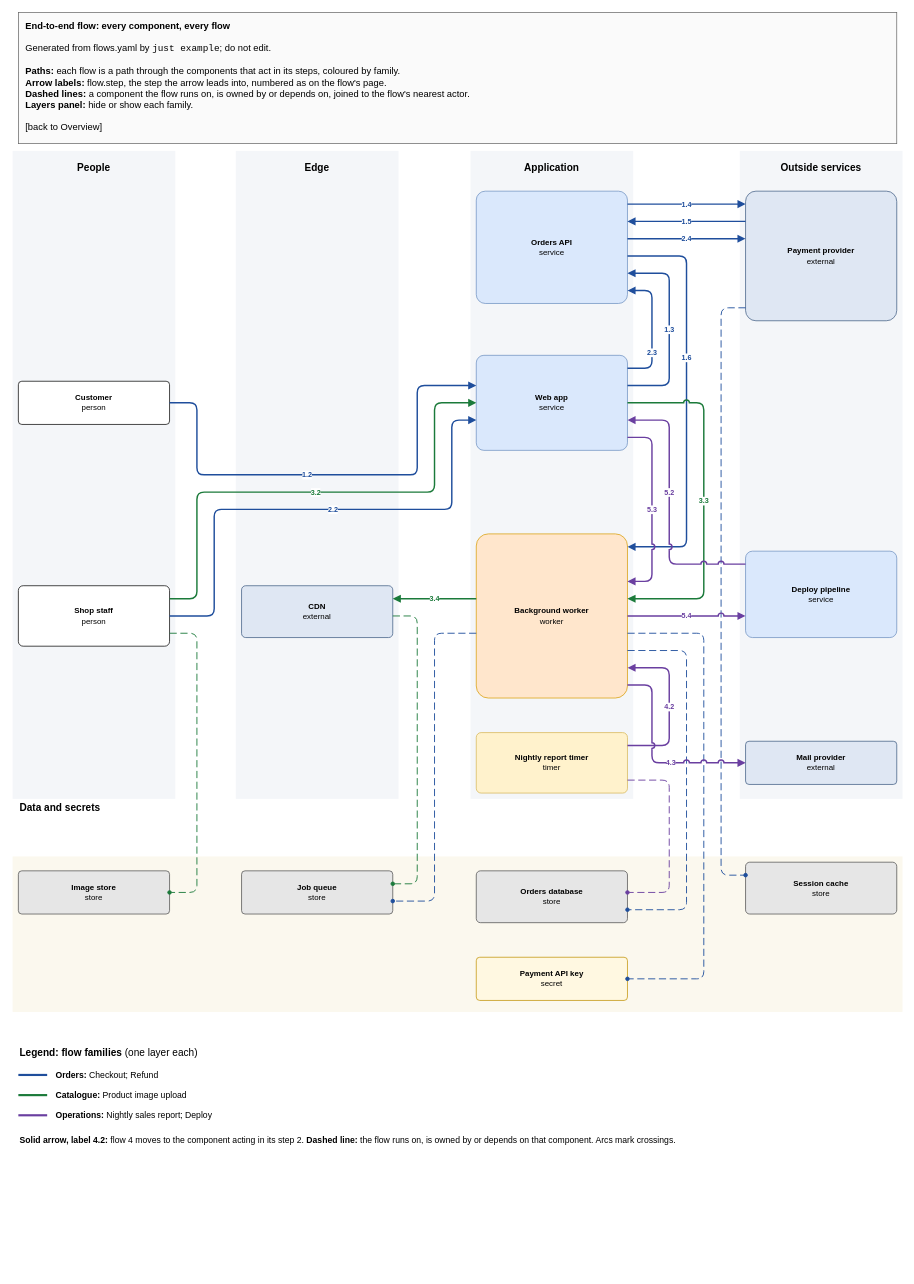
amalikn/skills_stuff keeps this draw.io diagram as page "End-to-end flow" (2 of 7) of specialists/platform/skill-drawio/examples/shop/drawio/flows.drawio. Above is the earlier version. Source tidied: cells renumbered, new cells numbered last; positions are measured from the earlier drawing's top-left corner, leaving out a move shared by most shapes. Both pictures are drawn from the tidied source at 72%, with x=0, y=0 at pixel (12, 12).
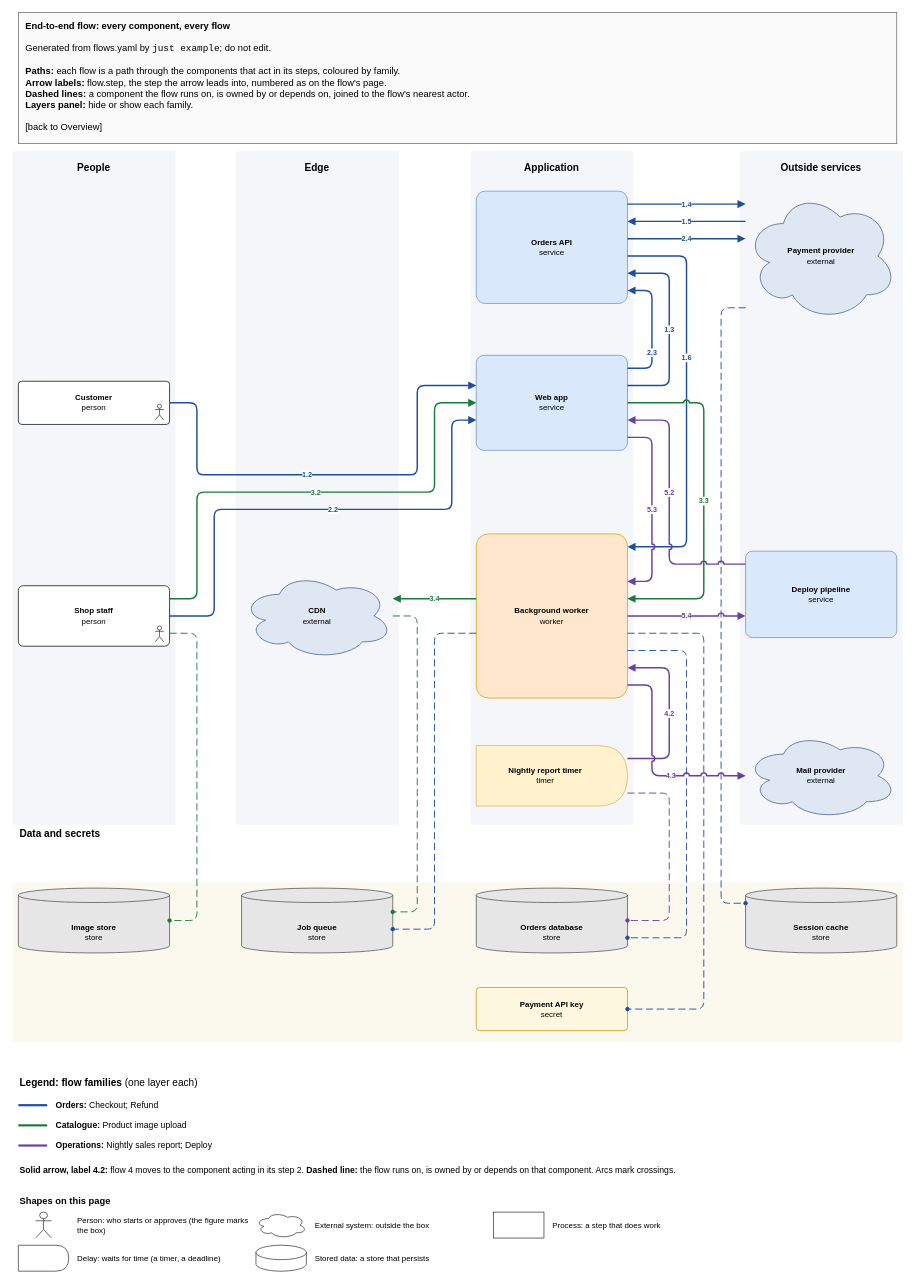
After the change.

Unchanged cells that the change refers to:
```xml
<mxCell id="17" value="&lt;b&gt;Shop staff&lt;/b&gt;&lt;br&gt;person" style="rounded=1;whiteSpace=wrap;html=1;fillColor=#ffffff;strokeColor=#000000;fontSize=11;arcSize=8;fontSize=11;verticalAlign=middle;spacingLeft=6;spacingRight=6;" parent="1" vertex="1">
  <mxGeometry x="8" y="796" width="210" height="84" as="geometry" />
</mxCell>
<mxCell id="21" value="&lt;b&gt;Background worker&lt;/b&gt;&lt;br&gt;worker" style="rounded=1;whiteSpace=wrap;html=1;fillColor=#ffe6cc;strokeColor=#d79b00;fontSize=11;arcSize=8;fontSize=11;verticalAlign=middle;spacingLeft=6;spacingRight=6;" parent="1" vertex="1">
  <mxGeometry x="644" y="724" width="210" height="228" as="geometry" />
</mxCell>
```

What changed in the source:
```diff
@@
     <mxCell id="6" style="rounded=0;html=1;fillColor=#f4f6f9;strokeColor=none;" parent="1" vertex="1">
-      <mxGeometry y="192" width="226" height="900" as="geometry" />
+      <mxGeometry y="192" width="226" height="936" as="geometry" />
     </mxCell>
@@
     <mxCell id="8" style="rounded=0;html=1;fillColor=#f4f6f9;strokeColor=none;" parent="1" vertex="1">
-      <mxGeometry x="310" y="192" width="226" height="900" as="geometry" />
+      <mxGeometry x="310" y="192" width="226" height="936" as="geometry" />
     </mxCell>
@@
     <mxCell id="10" style="rounded=0;html=1;fillColor=#f4f6f9;strokeColor=none;" parent="1" vertex="1">
-      <mxGeometry x="636" y="192" width="226" height="900" as="geometry" />
+      <mxGeometry x="636" y="192" width="226" height="936" as="geometry" />
     </mxCell>
@@
     <mxCell id="12" style="rounded=0;html=1;fillColor=#f4f6f9;strokeColor=none;" parent="1" vertex="1">
-      <mxGeometry x="1010" y="192" width="226" height="900" as="geometry" />
+      <mxGeometry x="1010" y="192" width="226" height="936" as="geometry" />
     </mxCell>
@@
     <mxCell id="14" style="rounded=0;html=1;fillColor=#fbf8ee;strokeColor=none;" parent="1" vertex="1">
-      <mxGeometry y="1172" width="1236" height="216" as="geometry" />
+      <mxGeometry y="1208" width="1236" height="222" as="geometry" />
     </mxCell>
     <mxCell id="15" value="&lt;b&gt;Data and secrets&lt;/b&gt;" style="text;html=1;align=left;verticalAlign=middle;fontSize=14;" parent="1" vertex="1">
-      <mxGeometry x="8" y="1090" width="210" height="30" as="geometry" />
+      <mxGeometry x="8" y="1126" width="210" height="30" as="geometry" />
     </mxCell>
@@
+    <mxCell id="78" style="shape=umlActor;verticalLabelPosition=bottom;verticalAlign=top;fillColor=#ffffff;strokeColor=#333333;" parent="1" vertex="1">
+      <mxGeometry x="198" y="544" width="12" height="22" as="geometry" />
+    </mxCell>
@@
+    <mxCell id="79" style="shape=umlActor;verticalLabelPosition=bottom;verticalAlign=top;fillColor=#ffffff;strokeColor=#333333;" parent="1" vertex="1">
+      <mxGeometry x="198" y="852" width="12" height="22" as="geometry" />
+    </mxCell>
-    <mxCell id="18" value="&lt;b&gt;CDN&lt;/b&gt;&lt;br&gt;external" style="rounded=1;whiteSpace=wrap;html=1;fillColor=#dfe7f3;strokeColor=#3d5a80;fontSize=11;arcSize=8;fontSize=11;verticalAlign=middle;spacingLeft=6;spacingRight=6;" parent="1" vertex="1">
-      <mxGeometry x="318" y="796" width="210" height="72" as="geometry" />
+    <mxCell id="18" value="&lt;b&gt;CDN&lt;/b&gt;&lt;br&gt;external" style="rounded=1;whiteSpace=wrap;html=1;fillColor=#dfe7f3;strokeColor=#3d5a80;fontSize=11;arcSize=8;fontSize=11;verticalAlign=middle;spacingLeft=6;spacingRight=6;ellipse;shape=cloud;spacingLeft=16;spacingRight=16;spacingTop=10;align=center;verticalAlign=middle;spacingLeft=34;spacingRight=34;spacingTop=10;spacingBottom=10;" parent="1" vertex="1">
+      <mxGeometry x="318" y="778" width="210" height="120" as="geometry" />
     </mxCell>
@@
-    <mxCell id="22" value="&lt;b&gt;Nightly report timer&lt;/b&gt;&lt;br&gt;timer" style="rounded=1;whiteSpace=wrap;html=1;fillColor=#fff2cc;strokeColor=#d6b656;fontSize=11;arcSize=8;fontSize=11;verticalAlign=middle;spacingLeft=6;spacingRight=6;" parent="1" vertex="1">
-      <mxGeometry x="644" y="1000" width="210" height="84" as="geometry" />
+    <mxCell id="22" value="&lt;b&gt;Nightly report timer&lt;/b&gt;&lt;br&gt;timer" style="rounded=1;whiteSpace=wrap;html=1;fillColor=#fff2cc;strokeColor=#d6b656;fontSize=11;arcSize=8;fontSize=11;verticalAlign=middle;spacingLeft=6;spacingRight=6;shape=delay;spacingRight=24;" parent="1" vertex="1">
+      <mxGeometry x="644" y="1018" width="210" height="84" as="geometry" />
     </mxCell>
-    <mxCell id="23" value="&lt;b&gt;Orders database&lt;/b&gt;&lt;br&gt;store" style="rounded=1;whiteSpace=wrap;html=1;fillColor=#e6e6e6;strokeColor=#4d4d4d;fontSize=11;arcSize=8;fontSize=11;verticalAlign=middle;spacingLeft=6;spacingRight=6;" parent="1" vertex="1">
-      <mxGeometry x="644" y="1192" width="210" height="72" as="geometry" />
+    <mxCell id="23" value="&lt;b&gt;Orders database&lt;/b&gt;&lt;br&gt;store" style="rounded=1;whiteSpace=wrap;html=1;fillColor=#e6e6e6;strokeColor=#4d4d4d;fontSize=11;arcSize=8;fontSize=11;verticalAlign=middle;spacingLeft=6;spacingRight=6;shape=cylinder3;boundedLbl=1;backgroundOutline=1;size=10;verticalAlign=middle;spacingTop=16;spacingBottom=2;" parent="1" vertex="1">
+      <mxGeometry x="644" y="1216" width="210" height="90" as="geometry" />
     </mxCell>
-    <mxCell id="24" value="&lt;b&gt;Job queue&lt;/b&gt;&lt;br&gt;store" style="rounded=1;whiteSpace=wrap;html=1;fillColor=#e6e6e6;strokeColor=#4d4d4d;fontSize=11;arcSize=8;fontSize=11;verticalAlign=middle;spacingLeft=6;spacingRight=6;" parent="1" vertex="1">
-      <mxGeometry x="318" y="1192" width="210" height="60" as="geometry" />
+    <mxCell id="24" value="&lt;b&gt;Job queue&lt;/b&gt;&lt;br&gt;store" style="rounded=1;whiteSpace=wrap;html=1;fillColor=#e6e6e6;strokeColor=#4d4d4d;fontSize=11;arcSize=8;fontSize=11;verticalAlign=middle;spacingLeft=6;spacingRight=6;shape=cylinder3;boundedLbl=1;backgroundOutline=1;size=10;verticalAlign=middle;spacingTop=16;spacingBottom=2;" parent="1" vertex="1">
+      <mxGeometry x="318" y="1216" width="210" height="90" as="geometry" />
     </mxCell>
-    <mxCell id="25" value="&lt;b&gt;Session cache&lt;/b&gt;&lt;br&gt;store" style="rounded=1;whiteSpace=wrap;html=1;fillColor=#e6e6e6;strokeColor=#4d4d4d;fontSize=11;arcSize=8;fontSize=11;verticalAlign=middle;spacingLeft=6;spacingRight=6;" parent="1" vertex="1">
-      <mxGeometry x="1018" y="1180" width="210" height="72" as="geometry" />
+    <mxCell id="25" value="&lt;b&gt;Session cache&lt;/b&gt;&lt;br&gt;store" style="rounded=1;whiteSpace=wrap;html=1;fillColor=#e6e6e6;strokeColor=#4d4d4d;fontSize=11;arcSize=8;fontSize=11;verticalAlign=middle;spacingLeft=6;spacingRight=6;shape=cylinder3;boundedLbl=1;backgroundOutline=1;size=10;verticalAlign=middle;spacingTop=16;spacingBottom=2;" parent="1" vertex="1">
+      <mxGeometry x="1018" y="1216" width="210" height="90" as="geometry" />
     </mxCell>
-    <mxCell id="26" value="&lt;b&gt;Image store&lt;/b&gt;&lt;br&gt;store" style="rounded=1;whiteSpace=wrap;html=1;fillColor=#e6e6e6;strokeColor=#4d4d4d;fontSize=11;arcSize=8;fontSize=11;verticalAlign=middle;spacingLeft=6;spacingRight=6;" parent="1" vertex="1">
-      <mxGeometry x="8" y="1192" width="210" height="60" as="geometry" />
+    <mxCell id="26" value="&lt;b&gt;Image store&lt;/b&gt;&lt;br&gt;store" style="rounded=1;whiteSpace=wrap;html=1;fillColor=#e6e6e6;strokeColor=#4d4d4d;fontSize=11;arcSize=8;fontSize=11;verticalAlign=middle;spacingLeft=6;spacingRight=6;shape=cylinder3;boundedLbl=1;backgroundOutline=1;size=10;verticalAlign=middle;spacingTop=16;spacingBottom=2;" parent="1" vertex="1">
+      <mxGeometry x="8" y="1216" width="210" height="90" as="geometry" />
     </mxCell>
     <mxCell id="27" value="&lt;b&gt;Payment API key&lt;/b&gt;&lt;br&gt;secret" style="rounded=1;whiteSpace=wrap;html=1;fillColor=#fff8e1;strokeColor=#bf9000;fontSize=11;arcSize=8;fontSize=11;verticalAlign=middle;spacingLeft=6;spacingRight=6;" parent="1" vertex="1">
-      <mxGeometry x="644" y="1312" width="210" height="60" as="geometry" />
+      <mxGeometry x="644" y="1354" width="210" height="60" as="geometry" />
     </mxCell>
-    <mxCell id="28" value="&lt;b&gt;Payment provider&lt;/b&gt;&lt;br&gt;external" style="rounded=1;whiteSpace=wrap;html=1;fillColor=#dfe7f3;strokeColor=#3d5a80;fontSize=11;arcSize=8;fontSize=11;verticalAlign=middle;spacingLeft=6;spacingRight=6;" parent="1" vertex="1">
+    <mxCell id="28" value="&lt;b&gt;Payment provider&lt;/b&gt;&lt;br&gt;external" style="rounded=1;whiteSpace=wrap;html=1;fillColor=#dfe7f3;strokeColor=#3d5a80;fontSize=11;arcSize=8;fontSize=11;verticalAlign=middle;spacingLeft=6;spacingRight=6;ellipse;shape=cloud;spacingLeft=16;spacingRight=16;spacingTop=10;align=center;verticalAlign=middle;spacingLeft=34;spacingRight=34;spacingTop=10;spacingBottom=10;" parent="1" vertex="1">
       <mxGeometry x="1018" y="248" width="210" height="180" as="geometry" />
     </mxCell>
-    <mxCell id="29" value="&lt;b&gt;Mail provider&lt;/b&gt;&lt;br&gt;external" style="rounded=1;whiteSpace=wrap;html=1;fillColor=#dfe7f3;strokeColor=#3d5a80;fontSize=11;arcSize=8;fontSize=11;verticalAlign=middle;spacingLeft=6;spacingRight=6;" parent="1" vertex="1">
-      <mxGeometry x="1018" y="1012" width="210" height="60" as="geometry" />
+    <mxCell id="29" value="&lt;b&gt;Mail provider&lt;/b&gt;&lt;br&gt;external" style="rounded=1;whiteSpace=wrap;html=1;fillColor=#dfe7f3;strokeColor=#3d5a80;fontSize=11;arcSize=8;fontSize=11;verticalAlign=middle;spacingLeft=6;spacingRight=6;ellipse;shape=cloud;spacingLeft=16;spacingRight=16;spacingTop=10;align=center;verticalAlign=middle;spacingLeft=34;spacingRight=34;spacingTop=10;spacingBottom=10;" parent="1" vertex="1">
+      <mxGeometry x="1018" y="1000" width="210" height="120" as="geometry" />
     </mxCell>
@@
     <mxCell id="31" style="edgeStyle=none;rounded=1;html=1;strokeColor=#1f4e9c;strokeWidth=1.25;dashed=1;dashPattern=8 4;endArrow=oval;endFill=1;endSize=5;exitX=1;exitY=0.6053;entryX=1;entryY=0.5;exitPerimeter=0;entryPerimeter=0;" parent="2" edge="1" source="21" target="27">
       <mxGeometry relative="1" as="geometry">
         <Array as="points">
           <mxPoint x="960" y="862" />
-          <mxPoint x="960" y="1342" />
+          <mxPoint x="960" y="1384" />
         </Array>
       </mxGeometry>
     </mxCell>
-    <mxCell id="32" style="edgeStyle=none;rounded=1;html=1;strokeColor=#1f4e9c;strokeWidth=1.25;dashed=1;dashPattern=8 4;endArrow=oval;endFill=1;endSize=5;exitX=1;exitY=0.7105;entryX=1;entryY=0.75;exitPerimeter=0;entryPerimeter=0;" parent="2" edge="1" source="21" target="23">
+    <mxCell id="32" style="edgeStyle=none;rounded=1;html=1;strokeColor=#1f4e9c;strokeWidth=1.25;dashed=1;dashPattern=8 4;endArrow=oval;endFill=1;endSize=5;exitX=1;exitY=0.7105;entryX=1;entryY=0.7667;exitPerimeter=0;entryPerimeter=0;" parent="2" edge="1" source="21" target="23">
       <mxGeometry relative="1" as="geometry">
         <Array as="points">
           <mxPoint x="936" y="886" />
-          <mxPoint x="936" y="1246" />
+          <mxPoint x="936" y="1285" />
         </Array>
       </mxGeometry>
     </mxCell>
-    <mxCell id="33" style="edgeStyle=none;rounded=1;html=1;strokeColor=#1f4e9c;strokeWidth=1.25;dashed=1;dashPattern=8 4;endArrow=oval;endFill=1;endSize=5;exitX=0;exitY=0.6053;entryX=1;entryY=0.7;exitPerimeter=0;entryPerimeter=0;" parent="2" edge="1" source="21" target="24">
+    <mxCell id="33" style="edgeStyle=none;rounded=1;html=1;strokeColor=#1f4e9c;strokeWidth=1.25;dashed=1;dashPattern=8 4;endArrow=oval;endFill=1;endSize=5;exitX=0;exitY=0.6053;entryX=1;entryY=0.6333;exitPerimeter=0;entryPerimeter=0;" parent="2" edge="1" source="21" target="24">
       <mxGeometry relative="1" as="geometry">
         <Array as="points">
           <mxPoint x="586" y="862" />
-          <mxPoint x="586" y="1234" />
+          <mxPoint x="586" y="1273" />
         </Array>
       </mxGeometry>
     </mxCell>
-    <mxCell id="34" style="edgeStyle=none;rounded=1;html=1;strokeColor=#1f4e9c;strokeWidth=1.25;dashed=1;dashPattern=8 4;endArrow=oval;endFill=1;endSize=5;exitX=0;exitY=0.9;entryX=0;entryY=0.25;exitPerimeter=0;entryPerimeter=0;" parent="2" edge="1" source="28" target="25">
+    <mxCell id="34" style="edgeStyle=none;rounded=1;html=1;strokeColor=#1f4e9c;strokeWidth=1.25;dashed=1;dashPattern=8 4;endArrow=oval;endFill=1;endSize=5;exitX=0;exitY=0.9;entryX=0;entryY=0.2333;exitPerimeter=0;entryPerimeter=0;" parent="2" edge="1" source="28" target="25">
       <mxGeometry relative="1" as="geometry">
         <Array as="points">
           <mxPoint x="984" y="410" />
-          <mxPoint x="984" y="1198" />
+          <mxPoint x="984" y="1237" />
         </Array>
       </mxGeometry>
     </mxCell>
@@
     <mxCell id="43" style="edgeStyle=none;rounded=1;html=1;strokeColor=#1b7a3a;strokeWidth=1.25;dashed=1;dashPattern=8 4;endArrow=oval;endFill=1;endSize=5;exitX=1;exitY=0.7857;entryX=1;entryY=0.5;exitPerimeter=0;entryPerimeter=0;" parent="3" edge="1" source="17" target="26">
       <mxGeometry relative="1" as="geometry">
         <Array as="points">
           <mxPoint x="256" y="862" />
-          <mxPoint x="256" y="1222" />
+          <mxPoint x="256" y="1261" />
         </Array>
       </mxGeometry>
     </mxCell>
-    <mxCell id="44" style="edgeStyle=none;rounded=1;html=1;strokeColor=#1b7a3a;strokeWidth=1.25;dashed=1;dashPattern=8 4;endArrow=oval;endFill=1;endSize=5;exitX=1;exitY=0.5833;entryX=1;entryY=0.3;exitPerimeter=0;entryPerimeter=0;" parent="3" edge="1" source="18" target="24">
+    <mxCell id="44" style="edgeStyle=none;rounded=1;html=1;strokeColor=#1b7a3a;strokeWidth=1.25;dashed=1;dashPattern=8 4;endArrow=oval;endFill=1;endSize=5;exitX=1;exitY=0.5;entryX=1;entryY=0.3667;exitPerimeter=0;entryPerimeter=0;" parent="3" edge="1" source="18" target="24">
       <mxGeometry relative="1" as="geometry">
         <Array as="points">
           <mxPoint x="562" y="838" />
-          <mxPoint x="562" y="1210" />
+          <mxPoint x="562" y="1249" />
         </Array>
       </mxGeometry>
     </mxCell>
@@
-    <mxCell id="47" style="edgeStyle=none;rounded=1;html=1;strokeColor=#1b7a3a;strokeWidth=2;endArrow=block;endFill=1;endSize=6;jumpStyle=arc;jumpSize=6;exitX=0;exitY=0.3947;entryX=1;entryY=0.25;exitPerimeter=0;entryPerimeter=0;" parent="3" edge="1" source="21" target="18">
+    <mxCell id="47" style="edgeStyle=none;rounded=1;html=1;strokeColor=#1b7a3a;strokeWidth=2;endArrow=block;endFill=1;endSize=6;jumpStyle=arc;jumpSize=6;exitX=0;exitY=0.3947;entryX=1;entryY=0.3;exitPerimeter=0;entryPerimeter=0;" parent="3" edge="1" source="21" target="18">
       <mxGeometry relative="1" as="geometry" />
     </mxCell>
-    <mxCell id="48" style="edgeStyle=none;rounded=1;html=1;strokeColor=#6a3fa0;strokeWidth=1.25;dashed=1;dashPattern=8 4;endArrow=oval;endFill=1;endSize=5;exitX=1;exitY=0.7857;entryX=1;entryY=0.4167;exitPerimeter=0;entryPerimeter=0;" parent="4" edge="1" source="22" target="23">
+    <mxCell id="48" style="edgeStyle=none;rounded=1;html=1;strokeColor=#6a3fa0;strokeWidth=1.25;dashed=1;dashPattern=8 4;endArrow=oval;endFill=1;endSize=5;exitX=1;exitY=0.7857;entryX=1;entryY=0.5;exitPerimeter=0;entryPerimeter=0;" parent="4" edge="1" source="22" target="23">
       <mxGeometry relative="1" as="geometry">
         <Array as="points">
-          <mxPoint x="912" y="1066" />
-          <mxPoint x="912" y="1222" />
+          <mxPoint x="912" y="1084" />
+          <mxPoint x="912" y="1261" />
         </Array>
       </mxGeometry>
     </mxCell>
     <mxCell id="49" style="edgeStyle=none;rounded=1;html=1;strokeColor=#6a3fa0;strokeWidth=2;endArrow=block;endFill=1;endSize=6;jumpStyle=arc;jumpSize=6;exitX=1;exitY=0.2143;entryX=1;entryY=0.8158;exitPerimeter=0;entryPerimeter=0;" parent="4" edge="1" source="22" target="21">
       <mxGeometry relative="1" as="geometry">
         <Array as="points">
-          <mxPoint x="912" y="1018" />
+          <mxPoint x="912" y="1036" />
           <mxPoint x="912" y="910" />
         </Array>
       </mxGeometry>
     </mxCell>
     <mxCell id="50" style="edgeStyle=none;rounded=1;html=1;strokeColor=#6a3fa0;strokeWidth=2;endArrow=block;endFill=1;endSize=6;jumpStyle=arc;jumpSize=6;exitX=1;exitY=0.9211;entryX=0;entryY=0.5;exitPerimeter=0;entryPerimeter=0;" parent="4" edge="1" source="21" target="29">
       <mxGeometry relative="1" as="geometry">
         <Array as="points">
           <mxPoint x="888" y="934" />
-          <mxPoint x="888" y="1042" />
+          <mxPoint x="888" y="1060" />
         </Array>
       </mxGeometry>
     </mxCell>
@@
     <mxCell id="65" value="&lt;b&gt;4.2&lt;/b&gt;" style="text;html=1;align=center;verticalAlign=middle;fontSize=10;fontColor=#6a3fa0;labelBackgroundColor=#ffffff;spacing=0;" parent="4" vertex="1">
-      <mxGeometry x="893" y="956" width="38" height="16" as="geometry" />
+      <mxGeometry x="893" y="965" width="38" height="16" as="geometry" />
     </mxCell>
     <mxCell id="66" value="&lt;b&gt;4.3&lt;/b&gt;" style="text;html=1;align=center;verticalAlign=middle;fontSize=10;fontColor=#6a3fa0;labelBackgroundColor=#ffffff;spacing=0;" parent="4" vertex="1">
-      <mxGeometry x="895" y="1034" width="38" height="16" as="geometry" />
+      <mxGeometry x="895" y="1052" width="38" height="16" as="geometry" />
     </mxCell>
@@
     <mxCell id="70" value="&lt;b&gt;Legend: flow families&lt;/b&gt; (one layer each)" style="text;html=1;align=left;fontSize=14;" parent="1" vertex="1">
-      <mxGeometry x="8" y="1430" width="600" height="24" as="geometry" />
+      <mxGeometry x="8" y="1472" width="600" height="24" as="geometry" />
     </mxCell>
     <mxCell id="71" style="rounded=0;html=1;fillColor=#1f4e9c;strokeColor=none;" parent="1" vertex="1">
-      <mxGeometry x="8" y="1474" width="40" height="3" as="geometry" />
+      <mxGeometry x="8" y="1516" width="40" height="3" as="geometry" />
     </mxCell>
     <mxCell id="72" value="&lt;b&gt;Orders:&lt;/b&gt; Checkout; Refund" style="text;html=1;align=left;verticalAlign=middle;fontSize=12;" parent="1" vertex="1">
-      <mxGeometry x="58" y="1464" width="1170" height="24" as="geometry" />
+      <mxGeometry x="58" y="1506" width="1170" height="24" as="geometry" />
     </mxCell>
     <mxCell id="73" style="rounded=0;html=1;fillColor=#1b7a3a;strokeColor=none;" parent="1" vertex="1">
-      <mxGeometry x="8" y="1502" width="40" height="3" as="geometry" />
+      <mxGeometry x="8" y="1544" width="40" height="3" as="geometry" />
     </mxCell>
     <mxCell id="74" value="&lt;b&gt;Catalogue:&lt;/b&gt; Product image upload" style="text;html=1;align=left;verticalAlign=middle;fontSize=12;" parent="1" vertex="1">
-      <mxGeometry x="58" y="1492" width="1170" height="24" as="geometry" />
+      <mxGeometry x="58" y="1534" width="1170" height="24" as="geometry" />
     </mxCell>
     <mxCell id="75" style="rounded=0;html=1;fillColor=#6a3fa0;strokeColor=none;" parent="1" vertex="1">
-      <mxGeometry x="8" y="1530" width="40" height="3" as="geometry" />
+      <mxGeometry x="8" y="1572" width="40" height="3" as="geometry" />
     </mxCell>
     <mxCell id="76" value="&lt;b&gt;Operations:&lt;/b&gt; Nightly sales report; Deploy" style="text;html=1;align=left;verticalAlign=middle;fontSize=12;" parent="1" vertex="1">
-      <mxGeometry x="58" y="1520" width="1170" height="24" as="geometry" />
+      <mxGeometry x="58" y="1562" width="1170" height="24" as="geometry" />
     </mxCell>
     <mxCell id="77" value="&lt;b&gt;Solid arrow, label 4.2:&lt;/b&gt; flow 4 moves to the component acting in its step 2. &lt;b&gt;Dashed line:&lt;/b&gt; the flow runs on, is owned by or depends on that component. Arcs mark crossings." style="text;html=1;align=left;verticalAlign=middle;fontSize=12;" parent="1" vertex="1">
-      <mxGeometry x="8" y="1554" width="1220" height="24" as="geometry" />
+      <mxGeometry x="8" y="1596" width="1220" height="24" as="geometry" />
     </mxCell>
+    <mxCell id="80" value="&lt;b&gt;Shapes on this page&lt;/b&gt;" style="text;html=1;align=left;fontSize=13;" parent="1" vertex="1">
+      <mxGeometry x="8" y="1636" width="300" height="24" as="geometry" />
+    </mxCell>
+    <mxCell id="81" style="shape=umlActor;verticalLabelPosition=bottom;verticalAlign=top;fillColor=#ffffff;strokeColor=#333333;" parent="1" vertex="1">
+      <mxGeometry x="32" y="1666" width="22" height="36" as="geometry" />
+    </mxCell>
+    <mxCell id="82" value="Person: who starts or approves (the figure marks the box)" style="text;html=1;align=left;verticalAlign=middle;whiteSpace=wrap;fontSize=11;" parent="1" vertex="1">
+      <mxGeometry x="88" y="1666" width="240" height="36" as="geometry" />
+    </mxCell>
+    <mxCell id="83" style="whiteSpace=wrap;html=1;fillColor=#ffffff;strokeColor=#333333;ellipse;shape=cloud;spacingLeft=16;spacingRight=16;spacingTop=10;" parent="1" vertex="1">
+      <mxGeometry x="338" y="1666" width="70" height="36" as="geometry" />
+    </mxCell>
+    <mxCell id="84" value="External system: outside the box" style="text;html=1;align=left;verticalAlign=middle;whiteSpace=wrap;fontSize=11;" parent="1" vertex="1">
+      <mxGeometry x="418" y="1666" width="240" height="36" as="geometry" />
+    </mxCell>
+    <mxCell id="85" style="whiteSpace=wrap;html=1;fillColor=#ffffff;strokeColor=#333333;rounded=0;" parent="1" vertex="1">
+      <mxGeometry x="668" y="1666" width="70" height="36" as="geometry" />
+    </mxCell>
+    <mxCell id="86" value="Process: a step that does work" style="text;html=1;align=left;verticalAlign=middle;whiteSpace=wrap;fontSize=11;" parent="1" vertex="1">
+      <mxGeometry x="748" y="1666" width="240" height="36" as="geometry" />
+    </mxCell>
+    <mxCell id="87" style="whiteSpace=wrap;html=1;fillColor=#ffffff;strokeColor=#333333;shape=delay;spacingRight=24;" parent="1" vertex="1">
+      <mxGeometry x="8" y="1712" width="70" height="36" as="geometry" />
+    </mxCell>
+    <mxCell id="88" value="Delay: waits for time (a timer, a deadline)" style="text;html=1;align=left;verticalAlign=middle;whiteSpace=wrap;fontSize=11;" parent="1" vertex="1">
+      <mxGeometry x="88" y="1712" width="240" height="36" as="geometry" />
+    </mxCell>
+    <mxCell id="89" style="whiteSpace=wrap;html=1;fillColor=#ffffff;strokeColor=#333333;shape=cylinder3;boundedLbl=1;backgroundOutline=1;size=10;" parent="1" vertex="1">
+      <mxGeometry x="338" y="1712" width="70" height="36" as="geometry" />
+    </mxCell>
+    <mxCell id="90" value="Stored data: a store that persists" style="text;html=1;align=left;verticalAlign=middle;whiteSpace=wrap;fontSize=11;" parent="1" vertex="1">
+      <mxGeometry x="418" y="1712" width="240" height="36" as="geometry" />
+    </mxCell>
```
